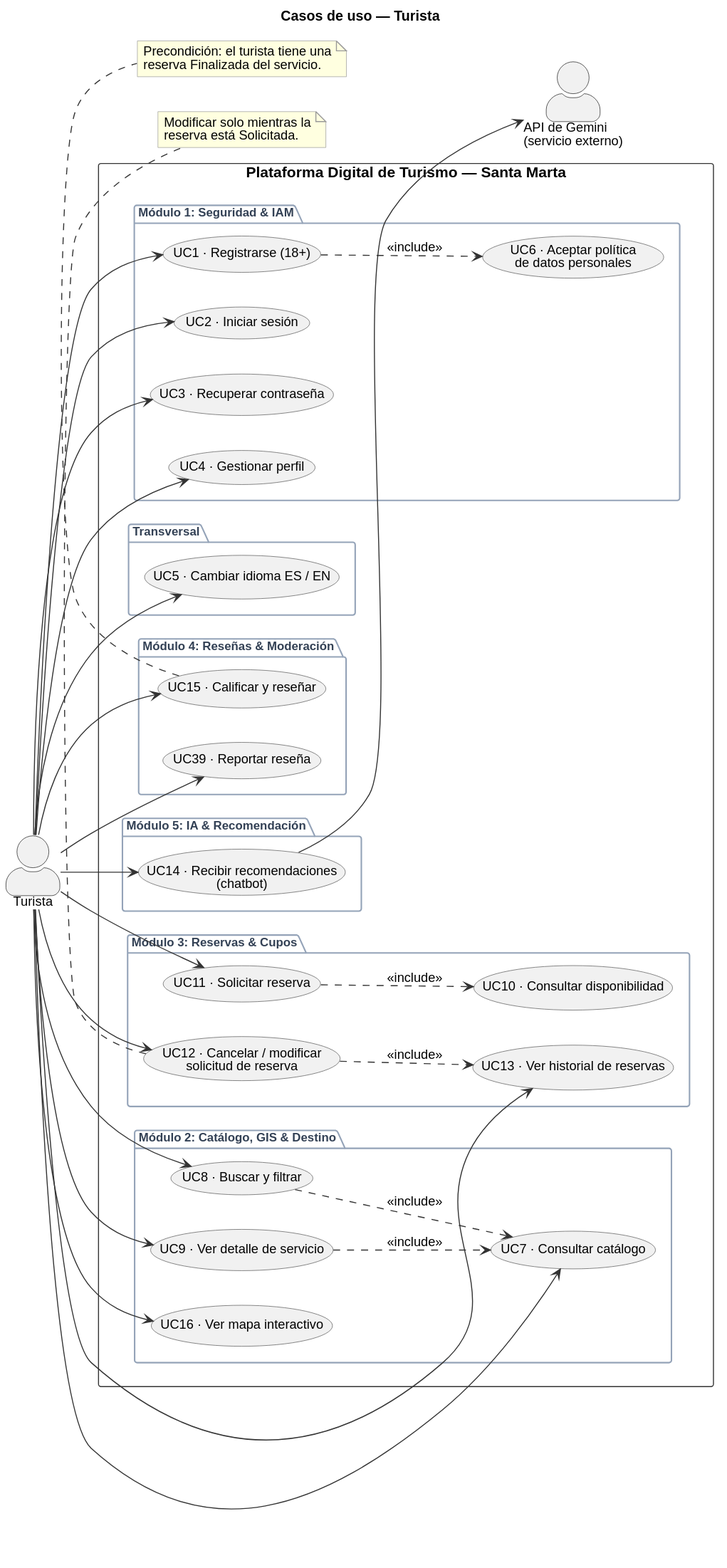
This is Documents/Pages/CasosDeUso_Turista.svg from luifdo/tourism-platform, a PlantUML export, as it was before one commit. Its diagram source:
```plantuml
@startuml
!include _estilo.iuml
left to right direction
title Casos de uso — Turista

actor "Turista" as Tur
actor "API de Gemini\n(servicio externo)" as Gem

rectangle "Plataforma Digital de Turismo — Santa Marta" {
  package "Módulo 1: Seguridad & IAM" {
    usecase "UC1 · Registrarse (18+)" as UC1
    usecase "UC6 · Aceptar política\nde datos personales" as UC6
    usecase "UC2 · Iniciar sesión" as UC2
    usecase "UC3 · Recuperar contraseña" as UC3
    usecase "UC4 · Gestionar perfil" as UC4
  }
  package "Transversal" {
    usecase "UC5 · Cambiar idioma ES / EN" as UC5
  }
  package "Módulo 2: Catálogo, GIS & Destino" {
    usecase "UC7 · Consultar catálogo" as UC7
    usecase "UC8 · Buscar y filtrar" as UC8
    usecase "UC9 · Ver detalle de servicio" as UC9
    usecase "UC16 · Ver mapa interactivo" as UC16
  }
  package "Módulo 3: Reservas & Cupos" {
    usecase "UC10 · Consultar disponibilidad" as UC10
    usecase "UC11 · Solicitar reserva" as UC11
    usecase "UC12 · Cancelar / modificar\nsolicitud de reserva" as UC12
    usecase "UC13 · Ver historial de reservas" as UC13
  }
  package "Módulo 4: Reseñas & Moderación" {
    usecase "UC15 · Calificar y reseñar" as UC15
    usecase "UC39 · Reportar reseña" as UC39
  }
  package "Módulo 5: IA & Recomendación" {
    usecase "UC14 · Recibir recomendaciones\n(chatbot)" as UC14
  }
}

Tur --> UC1
Tur --> UC2
Tur --> UC3
Tur --> UC4
Tur --> UC5
Tur --> UC7
Tur --> UC8
Tur --> UC9
Tur --> UC16
Tur --> UC11
Tur --> UC12
Tur --> UC13
Tur --> UC15
Tur --> UC39
Tur --> UC14

UC1 ..> UC6 : <<include>>
UC8 ..> UC7 : <<include>>
UC9 ..> UC7 : <<include>>
UC11 ..> UC10 : <<include>>
UC12 ..> UC13 : <<include>>
UC14 --> Gem

note bottom of UC15
  Precondición: el turista tiene una
  reserva Finalizada del servicio.
end note
note bottom of UC12
  Modificar solo mientras la
  reserva está Solicitada.
end note
@enduml
```
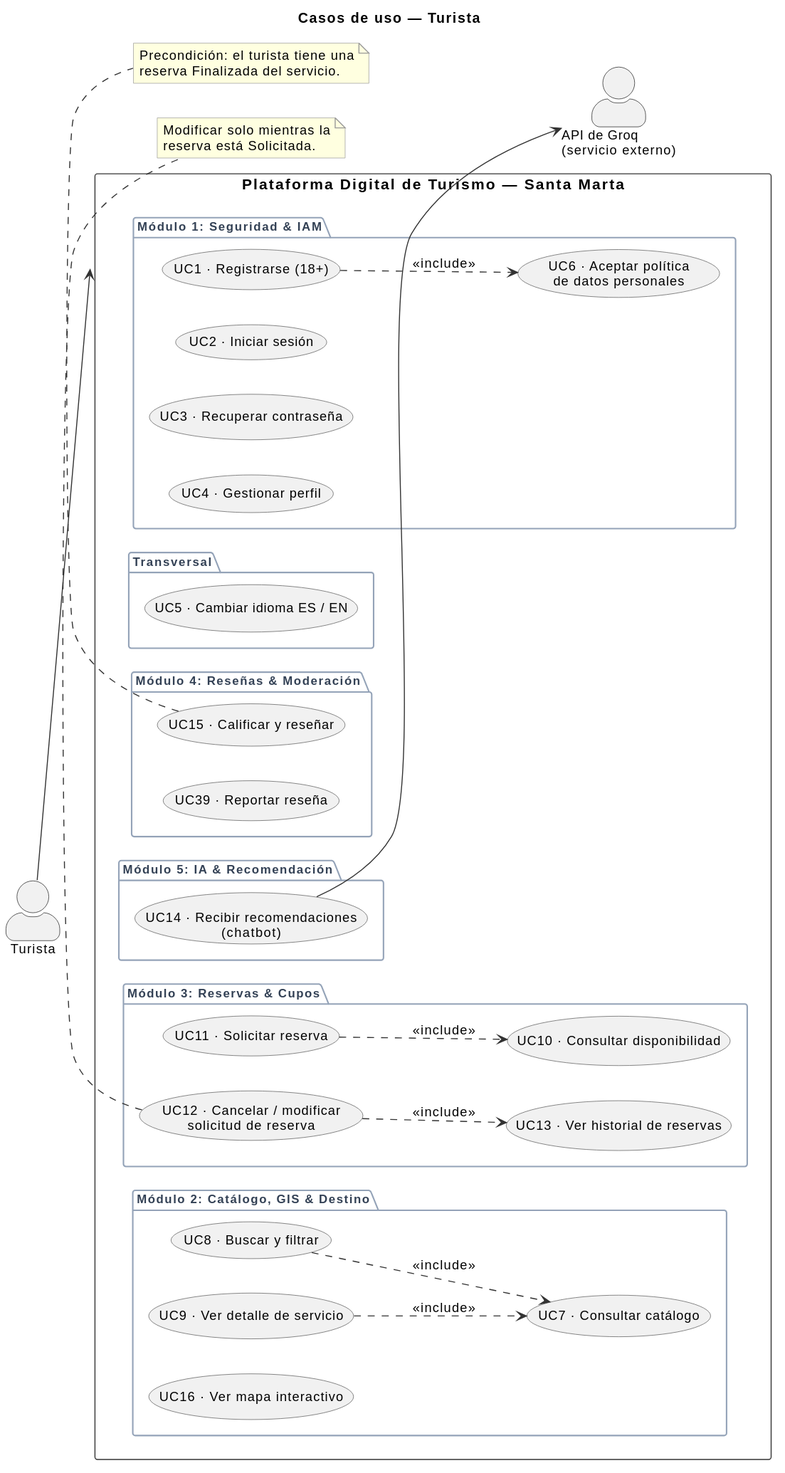
After the change.

Change to the diagram source:
```diff
@@ -4,7 +4,7 @@
 title Casos de uso — Turista
 
 actor "Turista" as Tur
-actor "API de Gemini\n(servicio externo)" as Gem
+actor "API de Groq\n(servicio externo)" as Gem
 
 rectangle "Plataforma Digital de Turismo — Santa Marta" {
   package "Módulo 1: Seguridad & IAM" {
```
